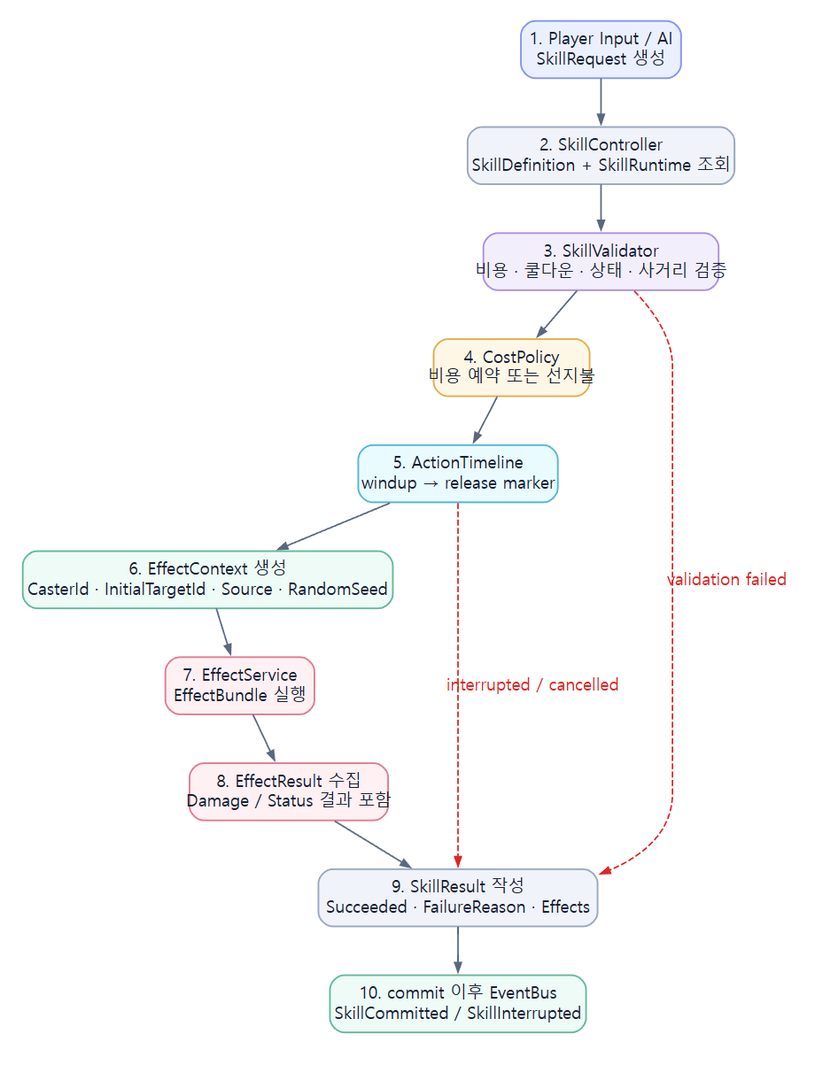
Earlier version of the Graphviz export assets/diagrams/19_skill_execution_sequence_diagram.png (JY-LemongO/game-system-framework-knowledge-site). Its source is kept beside it as source/diagrams/19_skill_execution_sequence_diagram.dot.
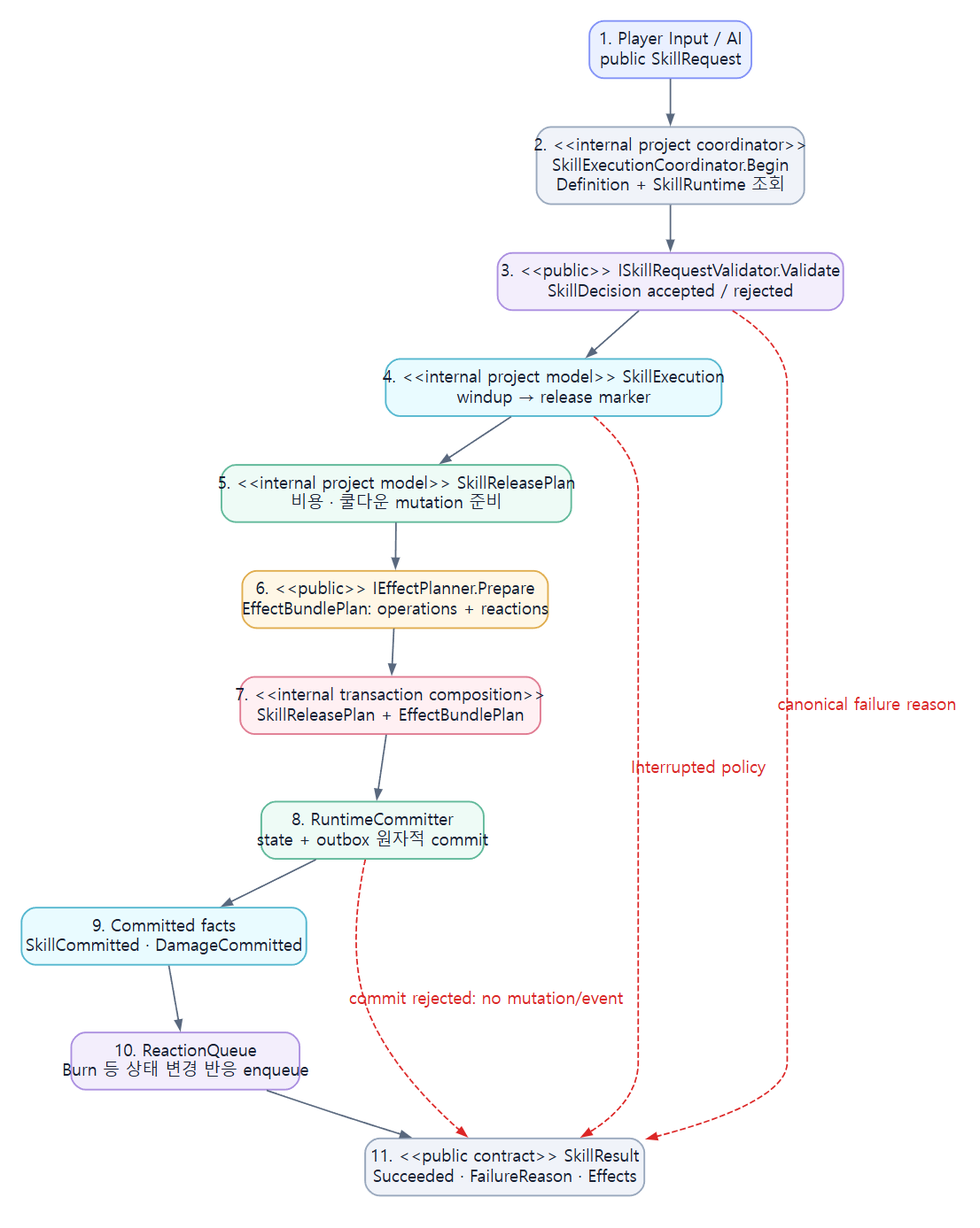
Above is the later version.

What changed in the source:
```diff
@@ -4,18 +4,20 @@
   edge [fontname="Noto Sans CJK KR", color="#59687e", fontcolor="#46566e", arrowsize=0.8, penwidth=1.3];
   rankdir=TB;
 
-  A [fillcolor="#eaf0ff", color="#8292f7", label="1. Player Input / AI\nSkillRequest 생성"];
-  B [fillcolor="#f0f3f9", color="#99a8bd", label="2. SkillController\nSkillDefinition + SkillRuntime 조회"];
-  C [fillcolor="#f3eefc", color="#ab8fe0", label="3. SkillValidator\n비용 · 쿨다운 · 상태 · 사거리 검증"];
-  D [fillcolor="#fff7e6", color="#e0ad4e", label="4. CostPolicy\n비용 예약 또는 선지불"];
-  E [fillcolor="#e9fbff", color="#54b7cf", label="5. ActionTimeline\nwindup → release marker"];
-  F [fillcolor="#eefbf6", color="#61b99a", label="6. EffectContext 생성\nCasterId · InitialTargetId · Source · RandomSeed"];
-  G [fillcolor="#fff0f3", color="#e07b91", label="7. EffectService\nEffectBundle 실행"];
-  H [fillcolor="#fff0f3", color="#e07b91", label="8. EffectResult 수집\nDamage / Status 결과 포함"];
-  I [fillcolor="#f0f3f9", color="#99a8bd", label="9. SkillResult 작성\nSucceeded · FailureReason · Effects"];
-  J [fillcolor="#eefbf6", color="#61b99a", label="10. commit 이후 EventBus\nSkillCommitted / SkillInterrupted"];
+  A [fillcolor="#eaf0ff", color="#8292f7", label="1. Player Input / AI\npublic SkillRequest"];
+  B [fillcolor="#f0f3f9", color="#99a8bd", label="2. <<internal project coordinator>>\nSkillExecutionCoordinator.Begin\nDefinition + SkillRuntime 조회"];
+  C [fillcolor="#f3eefc", color="#ab8fe0", label="3. <<public>> ISkillRequestValidator.Validate\nSkillDecision accepted / rejected"];
+  D [fillcolor="#e9fbff", color="#54b7cf", label="4. <<internal project model>> SkillExecution\nwindup → release marker"];
+  E [fillcolor="#eefbf6", color="#61b99a", label="5. <<internal project model>> SkillReleasePlan\n비용 · 쿨다운 mutation 준비"];
+  F [fillcolor="#fff7e6", color="#e0ad4e", label="6. <<public>> IEffectPlanner.Prepare\nEffectBundlePlan: operations + reactions"];
+  G [fillcolor="#fff0f3", color="#e07b91", label="7. <<internal transaction composition>>\nSkillReleasePlan + EffectBundlePlan"];
+  H [fillcolor="#eefbf6", color="#61b99a", label="8. RuntimeCommitter\nstate + outbox 원자적 commit"];
+  I [fillcolor="#e9fbff", color="#54b7cf", label="9. Committed facts\nSkillCommitted · DamageCommitted"];
+  J [fillcolor="#f3eefc", color="#ab8fe0", label="10. ReactionQueue\nBurn 등 상태 변경 반응 enqueue"];
+  K [fillcolor="#f0f3f9", color="#99a8bd", label="11. <<public contract>> SkillResult\nSucceeded · FailureReason · Effects"];
 
-  A -> B -> C -> D -> E -> F -> G -> H -> I -> J;
-  C -> I [label="validation failed", style=dashed, color="#dc2626", fontcolor="#dc2626"];
-  E -> I [label="interrupted / cancelled", style=dashed, color="#dc2626", fontcolor="#dc2626"];
+  A -> B -> C -> D -> E -> F -> G -> H -> I -> J -> K;
+  C -> K [label="canonical failure reason", style=dashed, color="#dc2626", fontcolor="#dc2626"];
+  D -> K [label="Interrupted policy", style=dashed, color="#dc2626", fontcolor="#dc2626"];
+  H -> K [label="commit rejected: no mutation/event", style=dashed, color="#dc2626", fontcolor="#dc2626"];
 }
```
